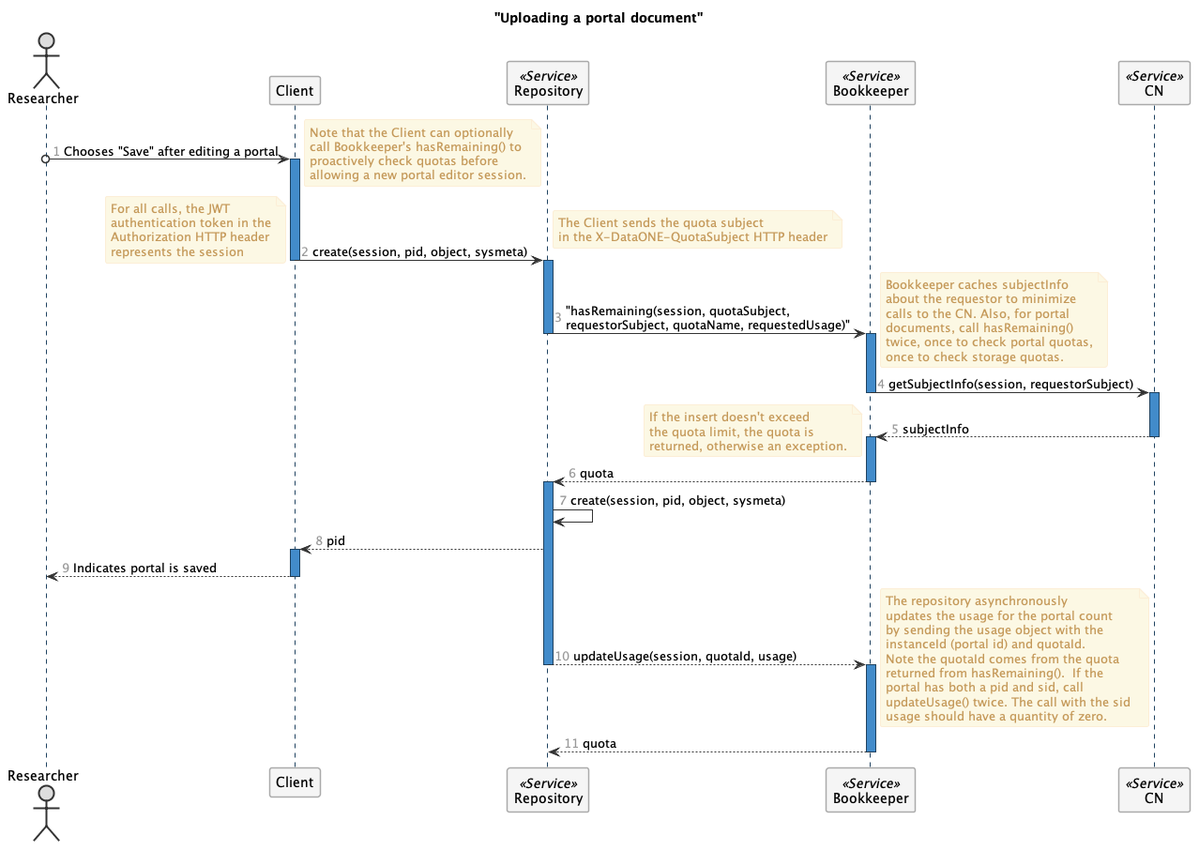
DataONEorg/bookkeeper keeps this PlantUML diagram as docs/images/create-portal.png. Above is the earlier version.
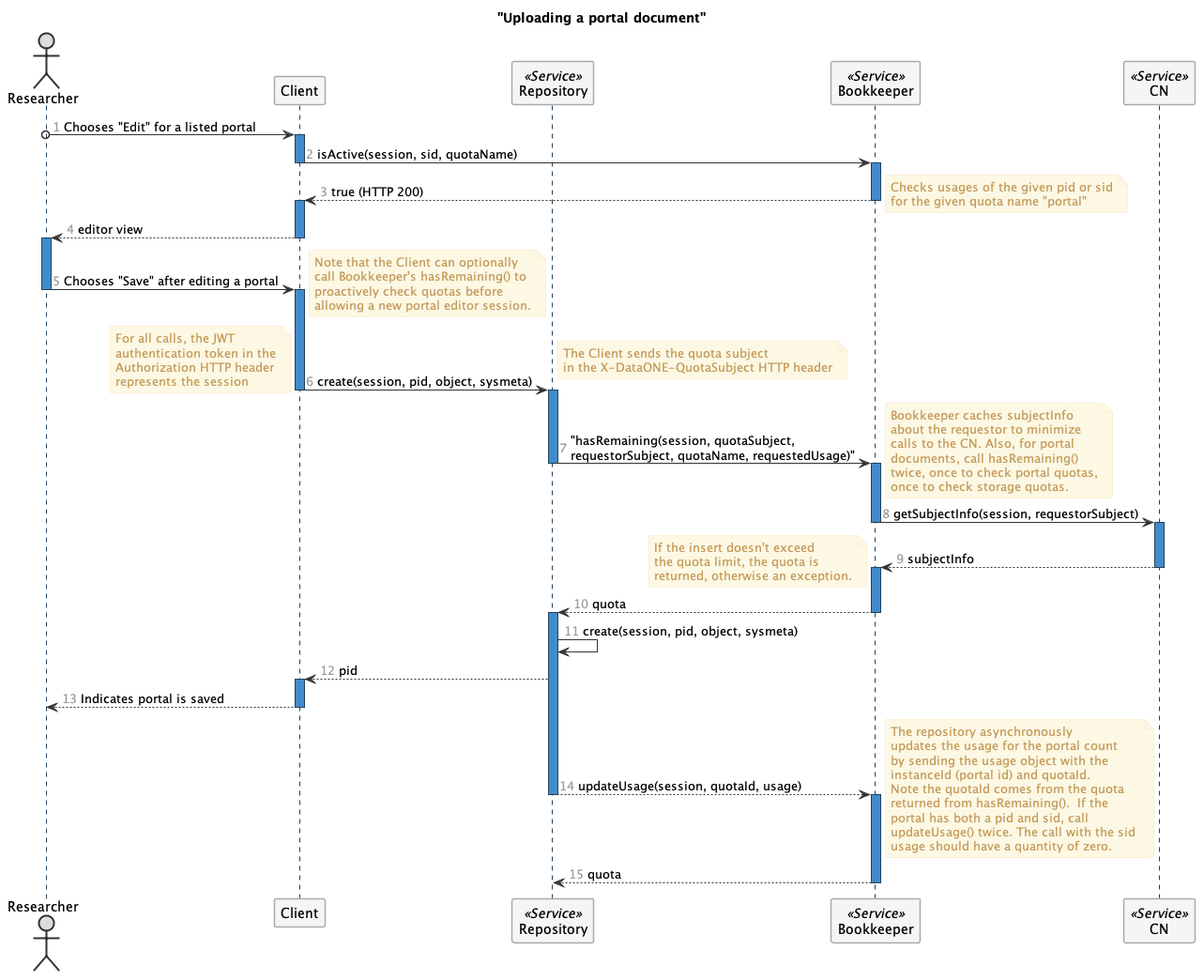
After the commit.

Commit message:
Update portal sequence, include isActive() call:

When the user chooses "Edit" for a portal,
MetacatUI checks to see if the pid is active,
and if so, opens the editor.

What changed in the source:
```diff
@@ -49,7 +49,27 @@
 participant Bookkeeper <<Service>>
 participant "CN" <<Service>>
 
-Researcher o-> Client : Chooses "Save" after editing a portal
+Researcher o-> Client: Chooses "Edit" for a listed portal
+activate Client
+    Client -> Bookkeeper: isActive(session, sid, quotaName)
+deactivate Client
+
+activate Bookkeeper
+    Bookkeeper --> Client: true (HTTP 200)
+deactivate Bookkeeper
+
+note right
+    Checks usages of the given pid or sid
+    for the given quota name "portal"
+end note
+
+activate Client
+    Client --> Researcher: editor view
+deactivate Client
+
+activate Researcher
+    Researcher -> Client : Chooses "Save" after editing a portal
+deactivate Researcher
 
 note right
     Note that the Client can optionally
```
